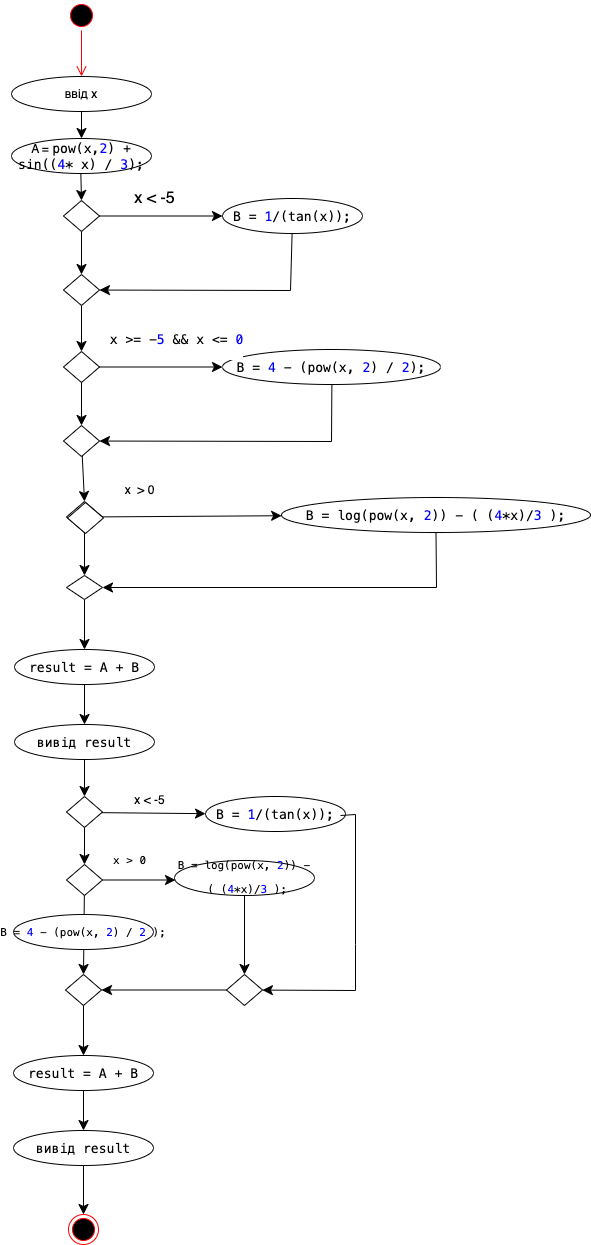
This is umlab3_1.png from nulpTaras/FlowChartsUml, a draw.io export, as it was before one commit. Source tidied: cells renumbered, new cells last; positions are measured from the earlier drawing's top-left corner, leaving out a move shared by most shapes.
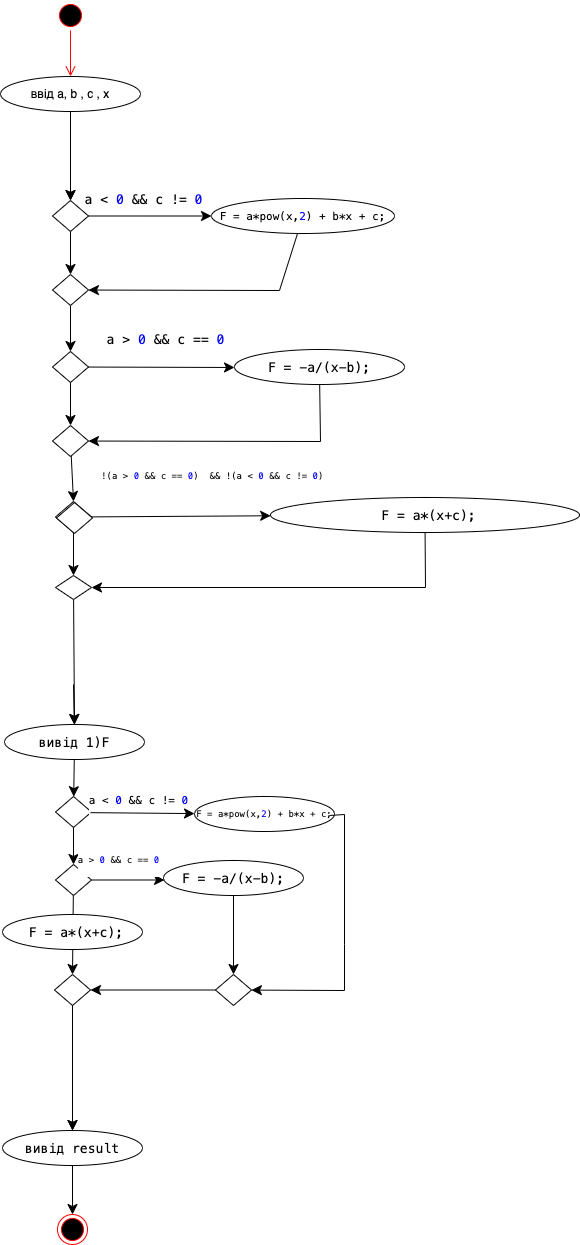
Later version of the same file.

Commit message:
in umllab3_1 now second version

Change to the diagram source:
```diff
@@ -10,6 +10,6 @@
     </mxCell>
-    <mxCell id="4" style="edgeStyle=none;curved=1;rounded=0;jettySize=auto;html=1;fontSize=12;startSize=8;endSize=8;" parent="1" edge="1" source="5" target="7">
+    <mxCell id="4" style="edgeStyle=none;curved=1;rounded=0;jettySize=auto;html=1;fontSize=12;startSize=8;endSize=8;entryX=0.5;entryY=0;entryDx=0;entryDy=0;" parent="1" edge="1" source="5" target="9">
       <mxGeometry relative="1" as="geometry" />
     </mxCell>
-    <mxCell id="5" value="ввід x" style="ellipse;whiteSpace=wrap;html=1;" parent="1" vertex="1">
+    <mxCell id="5" value="ввід a, b , c , x" style="ellipse;whiteSpace=wrap;html=1;" parent="1" vertex="1">
       <mxGeometry y="76" width="140" height="35" as="geometry" />
@@ -21,7 +21,6 @@
     </mxCell>
-    <mxCell id="7" value="A =&amp;nbsp;&lt;span style=&quot;font-family: &amp;quot;JetBrains Mono&amp;quot;, monospace; font-size: 9.8pt; background-color: initial;&quot;&gt;pow(x,&lt;/span&gt;&lt;span style=&quot;font-family: &amp;quot;JetBrains Mono&amp;quot;, monospace; font-size: 9.8pt; background-color: initial; color: rgb(0, 0, 255);&quot;&gt;2&lt;/span&gt;&lt;span style=&quot;font-family: &amp;quot;JetBrains Mono&amp;quot;, monospace; font-size: 9.8pt; background-color: initial;&quot;&gt;) + sin((&lt;/span&gt;&lt;span style=&quot;font-family: &amp;quot;JetBrains Mono&amp;quot;, monospace; font-size: 9.8pt; background-color: initial; color: rgb(0, 0, 255);&quot;&gt;4&lt;/span&gt;&lt;span style=&quot;font-family: &amp;quot;JetBrains Mono&amp;quot;, monospace; font-size: 9.8pt; background-color: initial;&quot;&gt;* x) / &lt;/span&gt;&lt;span style=&quot;font-family: &amp;quot;JetBrains Mono&amp;quot;, monospace; font-size: 9.8pt; background-color: initial; color: rgb(0, 0, 255);&quot;&gt;3&lt;/span&gt;&lt;span style=&quot;font-family: &amp;quot;JetBrains Mono&amp;quot;, monospace; font-size: 9.8pt; background-color: initial;&quot;&gt;);&lt;/span&gt;" style="ellipse;whiteSpace=wrap;html=1;" parent="1" vertex="1">
-      <mxGeometry y="138" width="140" height="35" as="geometry" />
-    </mxCell>
-    <mxCell id="8" style="edgeStyle=none;curved=1;rounded=0;jettySize=auto;html=1;fontSize=12;startSize=8;endSize=8;" parent="1" edge="1" source="7" target="9">
-      <mxGeometry relative="1" as="geometry" />
+    <mxCell id="8" style="edgeStyle=none;curved=1;rounded=0;jettySize=auto;html=1;fontSize=12;startSize=8;endSize=8;" parent="1" edge="1" target="9">
+      <mxGeometry relative="1" as="geometry">
+        <mxPoint x="70" y="173" as="sourcePoint" />
+      </mxGeometry>
     </mxCell>
@@ -30,4 +29,4 @@
     </mxCell>
-    <mxCell id="10" value="x &amp;lt; -5" style="text;html=1;align=center;verticalAlign=middle;strokeColor=none;fillColor=none;fontSize=16;" parent="1" vertex="1">
-      <mxGeometry x="113.5" y="182.5" width="58" height="31" as="geometry" />
+    <mxCell id="10" value="&lt;div&gt;&lt;pre style=&quot;font-family:'JetBrains Mono',monospace;font-size:9.8pt;&quot;&gt;a &amp;lt; &lt;span style=&quot;color:#0000ff;&quot;&gt;0 &lt;/span&gt;&amp;amp;&amp;amp; c != &lt;span style=&quot;color:#0000ff;&quot;&gt;0&lt;/span&gt;&lt;/pre&gt;&lt;/div&gt;" style="text;html=1;align=center;verticalAlign=middle;strokeColor=none;fillColor=none;fontSize=16;" parent="1" vertex="1">
+      <mxGeometry x="72.5" y="168.5" width="140" height="60" as="geometry" />
     </mxCell>
@@ -36,4 +35,4 @@
     </mxCell>
-    <mxCell id="12" value="&lt;div&gt;&lt;pre style=&quot;font-family:'JetBrains Mono',monospace;font-size:9.8pt;&quot;&gt;B = &lt;span style=&quot;color:#0000ff;&quot;&gt;1&lt;/span&gt;/(tan(x));&lt;/pre&gt;&lt;/div&gt;" style="ellipse;whiteSpace=wrap;html=1;" parent="1" vertex="1">
-      <mxGeometry x="211" y="198" width="140" height="35" as="geometry" />
+    <mxCell id="12" value="&lt;pre style=&quot;font-family:'JetBrains Mono',monospace;font-size:9.8pt;&quot;&gt;&lt;div style=&quot;font-size: 11px;&quot;&gt;&lt;pre style=&quot;font-family: &amp;quot;JetBrains Mono&amp;quot;, monospace;&quot;&gt;F = a*pow(x,&lt;span style=&quot;color:#0000ff;&quot;&gt;2&lt;/span&gt;) + b*x + c;&lt;/pre&gt;&lt;/div&gt;&lt;/pre&gt;" style="ellipse;whiteSpace=wrap;html=1;" parent="1" vertex="1">
+      <mxGeometry x="211" y="198" width="183" height="35" as="geometry" />
     </mxCell>
@@ -66,4 +65,4 @@
     </mxCell>
-    <mxCell id="20" value="&lt;div&gt;&lt;pre style=&quot;font-family:'JetBrains Mono',monospace;font-size:9.8pt;&quot;&gt;B = &lt;span style=&quot;color:#0000ff;&quot;&gt;4 &lt;/span&gt;- (pow(x, &lt;span style=&quot;color:#0000ff;&quot;&gt;2&lt;/span&gt;) / &lt;span style=&quot;color:#0000ff;&quot;&gt;2&lt;/span&gt;);&lt;/pre&gt;&lt;/div&gt;" style="ellipse;whiteSpace=wrap;html=1;" parent="1" vertex="1">
-      <mxGeometry x="211" y="349" width="218" height="35" as="geometry" />
+    <mxCell id="20" value="&lt;pre style=&quot;font-family:'JetBrains Mono',monospace;font-size:9.8pt;&quot;&gt;&lt;div&gt;&lt;pre style=&quot;font-family:'JetBrains Mono',monospace;font-size:9.8pt;&quot;&gt;F = -a/(x-b);&lt;/pre&gt;&lt;/div&gt;&lt;/pre&gt;" style="ellipse;whiteSpace=wrap;html=1;" parent="1" vertex="1">
+      <mxGeometry x="234" y="349" width="170" height="35" as="geometry" />
     </mxCell>
@@ -85,4 +84,4 @@
     </mxCell>
-    <mxCell id="25" value="&lt;div&gt;&lt;pre style=&quot;font-family:'JetBrains Mono',monospace;font-size:9.8pt;&quot;&gt;x &amp;gt;= -&lt;span style=&quot;color:#0000ff;&quot;&gt;5 &lt;/span&gt;&amp;amp;&amp;amp; x &amp;lt;= &lt;span style=&quot;color:#0000ff;&quot;&gt;0&lt;/span&gt;&lt;/pre&gt;&lt;/div&gt;" style="text;html=1;align=center;verticalAlign=middle;strokeColor=none;fillColor=none;fontSize=12;fontFamily=Helvetica;fontColor=default;labelBackgroundColor=default;" parent="1" vertex="1">
-      <mxGeometry x="90" y="301" width="150" height="75" as="geometry" />
+    <mxCell id="25" value="&lt;pre style=&quot;font-family:'JetBrains Mono',monospace;font-size:9.8pt;&quot;&gt;&lt;div&gt;&lt;pre style=&quot;font-family:'JetBrains Mono',monospace;font-size:9.8pt;&quot;&gt;a &amp;gt; &lt;span style=&quot;color:#0000ff;&quot;&gt;0 &lt;/span&gt;&amp;amp;&amp;amp; c == &lt;span style=&quot;color:#0000ff;&quot;&gt;0&lt;/span&gt;&lt;/pre&gt;&lt;/div&gt;&lt;/pre&gt;" style="text;html=1;align=center;verticalAlign=middle;strokeColor=none;fillColor=none;fontSize=12;fontFamily=Helvetica;fontColor=default;labelBackgroundColor=default;" parent="1" vertex="1">
+      <mxGeometry x="95" y="309" width="140" height="60" as="geometry" />
     </mxCell>
@@ -109,4 +108,6 @@
     </mxCell>
-    <mxCell id="31" style="edgeStyle=none;shape=connector;curved=0;rounded=0;jettySize=auto;html=1;entryX=0.5;entryY=0;entryDx=0;entryDy=0;strokeColor=default;align=center;verticalAlign=middle;fontFamily=Helvetica;fontSize=12;fontColor=default;labelBackgroundColor=default;startSize=8;endArrow=classic;endSize=8;" parent="1" edge="1" source="32" target="36">
-      <mxGeometry relative="1" as="geometry" />
+    <mxCell id="31" style="edgeStyle=none;shape=connector;curved=0;rounded=0;jettySize=auto;html=1;strokeColor=default;align=center;verticalAlign=middle;fontFamily=Helvetica;fontSize=12;fontColor=default;labelBackgroundColor=default;startSize=8;endArrow=classic;endSize=8;" parent="1" edge="1" source="32">
+      <mxGeometry relative="1" as="geometry">
+        <mxPoint x="74" y="724" as="targetPoint" />
+      </mxGeometry>
     </mxCell>
@@ -115,14 +116,13 @@
     </mxCell>
-    <mxCell id="33" value="&lt;pre style=&quot;font-family:'JetBrains Mono',monospace;font-size:9.8pt;&quot;&gt;&lt;div&gt;&lt;pre style=&quot;font-family:'JetBrains Mono',monospace;font-size:9.8pt;&quot;&gt;B = log(pow(x, &lt;span style=&quot;color:#0000ff;&quot;&gt;2&lt;/span&gt;)) - ( (&lt;span style=&quot;color:#0000ff;&quot;&gt;4&lt;/span&gt;*x)/&lt;span style=&quot;color:#0000ff;&quot;&gt;3 &lt;/span&gt;);&lt;/pre&gt;&lt;/div&gt;&lt;/pre&gt;" style="ellipse;whiteSpace=wrap;html=1;" parent="1" vertex="1">
+    <mxCell id="33" value="&lt;pre style=&quot;font-family:'JetBrains Mono',monospace;font-size:9.8pt;&quot;&gt;&lt;pre style=&quot;font-family:'JetBrains Mono',monospace;font-size:9.8pt;&quot;&gt;&lt;div&gt;&lt;pre style=&quot;font-family:'JetBrains Mono',monospace;font-size:9.8pt;&quot;&gt; F = a*(x+c);&lt;/pre&gt;&lt;/div&gt;&lt;/pre&gt;&lt;/pre&gt;" style="ellipse;whiteSpace=wrap;html=1;" parent="1" vertex="1">
       <mxGeometry x="270" y="497" width="309" height="35" as="geometry" />
     </mxCell>
-    <mxCell id="34" value="x&amp;nbsp; &amp;gt; 0" style="text;html=1;align=center;verticalAlign=middle;strokeColor=none;fillColor=none;fontSize=12;fontFamily=Helvetica;fontColor=default;labelBackgroundColor=default;" parent="1" vertex="1">
-      <mxGeometry x="103" y="477" width="50" height="25" as="geometry" />
+    <mxCell id="34" value="&lt;div style=&quot;font-size: 9px;&quot;&gt;&lt;pre style=&quot;font-family: &amp;quot;JetBrains Mono&amp;quot;, monospace;&quot;&gt; !(a &amp;gt; &lt;span style=&quot;color:#0000ff;&quot;&gt;0 &lt;/span&gt;&amp;amp;&amp;amp; c == &lt;span style=&quot;color:#0000ff;&quot;&gt;0&lt;/span&gt;)  &amp;amp;&amp;amp; !(a &amp;lt; &lt;span style=&quot;color:#0000ff;&quot;&gt;0 &lt;/span&gt;&amp;amp;&amp;amp; c != &lt;span style=&quot;color:#0000ff;&quot;&gt;0&lt;/span&gt;)&lt;/pre&gt;&lt;/div&gt;" style="text;html=1;align=center;verticalAlign=middle;strokeColor=none;fillColor=none;fontSize=12;fontFamily=Helvetica;fontColor=default;labelBackgroundColor=default;" parent="1" vertex="1">
+      <mxGeometry x="84" y="456" width="250" height="40" as="geometry" />
     </mxCell>
-    <mxCell id="35" style="edgeStyle=none;shape=connector;curved=0;rounded=0;jettySize=auto;html=1;strokeColor=default;align=center;verticalAlign=middle;fontFamily=Helvetica;fontSize=12;fontColor=default;labelBackgroundColor=default;startSize=8;endArrow=classic;endSize=8;" parent="1" edge="1" source="36" target="38">
-      <mxGeometry relative="1" as="geometry" />
+    <mxCell id="35" style="edgeStyle=none;shape=connector;curved=0;rounded=0;jettySize=auto;html=1;strokeColor=default;align=center;verticalAlign=middle;fontFamily=Helvetica;fontSize=12;fontColor=default;labelBackgroundColor=default;startSize=8;endArrow=classic;endSize=8;" parent="1" edge="1" target="38">
+      <mxGeometry relative="1" as="geometry">
+        <mxPoint x="73" y="684" as="sourcePoint" />
+      </mxGeometry>
     </mxCell>
-    <mxCell id="36" value="&lt;pre style=&quot;font-family:'JetBrains Mono',monospace;font-size:9.8pt;&quot;&gt;result = A + B&lt;/pre&gt;" style="ellipse;whiteSpace=wrap;html=1;" parent="1" vertex="1">
-      <mxGeometry x="3" y="649" width="140" height="35" as="geometry" />
-    </mxCell>
     <mxCell id="37" style="edgeStyle=none;shape=connector;curved=0;rounded=0;jettySize=auto;html=1;strokeColor=default;align=center;verticalAlign=middle;fontFamily=Helvetica;fontSize=12;fontColor=default;labelBackgroundColor=default;startSize=8;endArrow=classic;endSize=8;" parent="1" edge="1" source="38" target="42">
@@ -130,4 +130,4 @@
     </mxCell>
-    <mxCell id="38" value="&lt;pre style=&quot;font-family:'JetBrains Mono',monospace;font-size:9.8pt;&quot;&gt;вивід result&lt;/pre&gt;" style="ellipse;whiteSpace=wrap;html=1;" parent="1" vertex="1">
-      <mxGeometry x="3" y="724" width="140" height="35" as="geometry" />
+    <mxCell id="38" value="&lt;pre style=&quot;font-family:'JetBrains Mono',monospace;font-size:9.8pt;&quot;&gt;вивід 1)F&lt;/pre&gt;" style="ellipse;whiteSpace=wrap;html=1;" parent="1" vertex="1">
+      <mxGeometry x="4" y="724" width="140" height="35" as="geometry" />
     </mxCell>
@@ -147,4 +147,4 @@
     </mxCell>
-    <mxCell id="43" value="x &amp;lt; -5" style="text;html=1;align=center;verticalAlign=middle;strokeColor=none;fillColor=none;fontSize=12;fontFamily=Helvetica;fontColor=default;labelBackgroundColor=default;" parent="1" vertex="1">
-      <mxGeometry x="113" y="785" width="50" height="30" as="geometry" />
+    <mxCell id="43" value="&lt;div style=&quot;font-size: 11px;&quot;&gt;&lt;pre style=&quot;font-family: &amp;quot;JetBrains Mono&amp;quot;, monospace;&quot;&gt;a &amp;lt; &lt;span style=&quot;color:#0000ff;&quot;&gt;0 &lt;/span&gt;&amp;amp;&amp;amp; c != &lt;span style=&quot;color:#0000ff;&quot;&gt;0&lt;/span&gt;&lt;/pre&gt;&lt;/div&gt;" style="text;html=1;align=center;verticalAlign=middle;strokeColor=none;fillColor=none;fontSize=12;fontFamily=Helvetica;fontColor=default;labelBackgroundColor=default;" parent="1" vertex="1">
+      <mxGeometry x="78" y="775" width="120" height="50" as="geometry" />
     </mxCell>
@@ -155,3 +155,3 @@
     </mxCell>
-    <mxCell id="45" value="&lt;pre style=&quot;font-family:'JetBrains Mono',monospace;font-size:9.8pt;&quot;&gt;&lt;div&gt;&lt;pre style=&quot;font-family:'JetBrains Mono',monospace;font-size:9.8pt;&quot;&gt;B = &lt;span style=&quot;color:#0000ff;&quot;&gt;1&lt;/span&gt;/(tan(x));&lt;/pre&gt;&lt;/div&gt;&lt;/pre&gt;" style="ellipse;whiteSpace=wrap;html=1;" parent="1" vertex="1">
+    <mxCell id="45" value="&lt;pre style=&quot;font-family:'JetBrains Mono',monospace;font-size:9.8pt;&quot;&gt;&lt;pre style=&quot;font-family:'JetBrains Mono',monospace;font-size:9.8pt;&quot;&gt;&lt;div style=&quot;font-size: 9px;&quot;&gt;&lt;pre style=&quot;font-family: &amp;quot;JetBrains Mono&amp;quot;, monospace;&quot;&gt;F = a*pow(x,&lt;span style=&quot;color:#0000ff;&quot;&gt;2&lt;/span&gt;) + b*x + c;&lt;/pre&gt;&lt;/div&gt;&lt;/pre&gt;&lt;/pre&gt;" style="ellipse;whiteSpace=wrap;html=1;" parent="1" vertex="1">
       <mxGeometry x="194" y="796" width="140" height="35" as="geometry" />
@@ -174,6 +174,6 @@
     </mxCell>
-    <mxCell id="50" value="&lt;pre style=&quot;font-family: &amp;quot;JetBrains Mono&amp;quot;, monospace; font-size: 11px;&quot;&gt;x &amp;gt; 0&lt;/pre&gt;" style="text;html=1;align=center;verticalAlign=middle;strokeColor=none;fillColor=none;fontSize=12;fontFamily=Helvetica;fontColor=default;labelBackgroundColor=default;" parent="1" vertex="1">
-      <mxGeometry x="88" y="835" width="60" height="50" as="geometry" />
+    <mxCell id="50" value="&lt;pre style=&quot;font-family: &amp;quot;JetBrains Mono&amp;quot;, monospace; font-size: 11px;&quot;&gt;&lt;div style=&quot;font-size: 9px;&quot;&gt;&lt;pre style=&quot;font-family: &amp;quot;JetBrains Mono&amp;quot;, monospace;&quot;&gt;a &amp;gt; &lt;span style=&quot;color:#0000ff;&quot;&gt;0 &lt;/span&gt;&amp;amp;&amp;amp; c == &lt;span style=&quot;color:#0000ff;&quot;&gt;0&lt;/span&gt;&lt;/pre&gt;&lt;/div&gt;&lt;/pre&gt;" style="text;html=1;align=center;verticalAlign=middle;strokeColor=none;fillColor=none;fontSize=12;fontFamily=Helvetica;fontColor=default;labelBackgroundColor=default;" parent="1" vertex="1">
+      <mxGeometry x="68" y="835" width="100" height="50" as="geometry" />
     </mxCell>
-    <mxCell id="51" value="&lt;pre style=&quot;font-family:'JetBrains Mono',monospace;font-size:9.8pt;&quot;&gt;&lt;pre style=&quot;font-family:'JetBrains Mono',monospace;font-size:9.8pt;&quot;&gt;&lt;div style=&quot;font-size: 11px;&quot;&gt;&lt;pre style=&quot;font-family: &amp;quot;JetBrains Mono&amp;quot;, monospace;&quot;&gt;B = log(pow(x, &lt;span style=&quot;color:#0000ff;&quot;&gt;2&lt;/span&gt;)) -&lt;/pre&gt;&lt;pre style=&quot;font-family: &amp;quot;JetBrains Mono&amp;quot;, monospace;&quot;&gt; ( (&lt;span style=&quot;color:#0000ff;&quot;&gt;4&lt;/span&gt;*x)/&lt;span style=&quot;color:#0000ff;&quot;&gt;3 &lt;/span&gt;);&lt;/pre&gt;&lt;/div&gt;&lt;/pre&gt;&lt;/pre&gt;" style="ellipse;whiteSpace=wrap;html=1;" parent="1" vertex="1">
+    <mxCell id="51" value="&lt;pre style=&quot;font-family:'JetBrains Mono',monospace;font-size:9.8pt;&quot;&gt;&lt;pre style=&quot;font-family:'JetBrains Mono',monospace;font-size:9.8pt;&quot;&gt;&lt;div style=&quot;font-size: 11px;&quot;&gt;&lt;pre style=&quot;font-family: &amp;quot;JetBrains Mono&amp;quot;, monospace;&quot;&gt;&lt;div&gt;&lt;pre style=&quot;font-family:'JetBrains Mono',monospace;font-size:9.8pt;&quot;&gt;F = -a/(x-b);&lt;/pre&gt;&lt;/div&gt;&lt;/pre&gt;&lt;/div&gt;&lt;/pre&gt;&lt;/pre&gt;" style="ellipse;whiteSpace=wrap;html=1;" parent="1" vertex="1">
       <mxGeometry x="163" y="860" width="140" height="35" as="geometry" />
@@ -202,9 +202,11 @@
     </mxCell>
-    <mxCell id="57" value="&lt;pre style=&quot;font-family:'JetBrains Mono',monospace;font-size:9.8pt;&quot;&gt;&lt;div style=&quot;font-size: 11px;&quot;&gt;&lt;pre style=&quot;font-family: &amp;quot;JetBrains Mono&amp;quot;, monospace;&quot;&gt;B = &lt;span style=&quot;color:#0000ff;&quot;&gt;4 &lt;/span&gt;- (pow(x, &lt;span style=&quot;color:#0000ff;&quot;&gt;2&lt;/span&gt;) / &lt;span style=&quot;color:#0000ff;&quot;&gt;2 &lt;/span&gt;);&lt;/pre&gt;&lt;/div&gt;&lt;/pre&gt;" style="ellipse;whiteSpace=wrap;html=1;" parent="1" vertex="1">
+    <mxCell id="57" value="&lt;pre style=&quot;font-family:'JetBrains Mono',monospace;font-size:9.8pt;&quot;&gt;&lt;div style=&quot;font-size: 11px;&quot;&gt;&lt;pre style=&quot;font-family: &amp;quot;JetBrains Mono&amp;quot;, monospace;&quot;&gt;&lt;div&gt;&lt;pre style=&quot;font-family:'JetBrains Mono',monospace;font-size:9.8pt;&quot;&gt; F = a*(x+c);&lt;/pre&gt;&lt;/div&gt;&lt;/pre&gt;&lt;/div&gt;&lt;/pre&gt;" style="ellipse;whiteSpace=wrap;html=1;" parent="1" vertex="1">
       <mxGeometry x="2" y="914" width="140" height="35" as="geometry" />
     </mxCell>
-    <mxCell id="58" style="edgeStyle=none;shape=connector;curved=0;rounded=0;jettySize=auto;html=1;strokeColor=default;align=center;verticalAlign=middle;fontFamily=Helvetica;fontSize=12;fontColor=default;labelBackgroundColor=default;startSize=8;endArrow=classic;endSize=8;" parent="1" edge="1" source="60" target="62">
-      <mxGeometry relative="1" as="geometry" />
+    <mxCell id="58" style="edgeStyle=none;shape=connector;curved=0;rounded=0;jettySize=auto;html=1;strokeColor=default;align=center;verticalAlign=middle;fontFamily=Helvetica;fontSize=12;fontColor=default;labelBackgroundColor=default;startSize=8;endArrow=classic;endSize=8;" parent="1" edge="1" target="62">
+      <mxGeometry relative="1" as="geometry">
+        <mxPoint x="72" y="1090" as="sourcePoint" />
+      </mxGeometry>
     </mxCell>
-    <mxCell id="59" style="edgeStyle=none;shape=connector;curved=0;rounded=0;jettySize=auto;html=1;entryX=0.5;entryY=0;entryDx=0;entryDy=0;strokeColor=default;align=center;verticalAlign=middle;fontFamily=Helvetica;fontSize=12;fontColor=default;labelBackgroundColor=default;startSize=8;endArrow=classic;endSize=8;" parent="1" edge="1" target="60">
+    <mxCell id="59" style="edgeStyle=none;shape=connector;curved=0;rounded=0;jettySize=auto;html=1;entryX=0.5;entryY=0;entryDx=0;entryDy=0;strokeColor=default;align=center;verticalAlign=middle;fontFamily=Helvetica;fontSize=12;fontColor=default;labelBackgroundColor=default;startSize=8;endArrow=classic;endSize=8;" parent="1" edge="1" target="62">
       <mxGeometry relative="1" as="geometry">
@@ -213,5 +215,2 @@
     </mxCell>
-    <mxCell id="60" value="&lt;pre style=&quot;font-family:'JetBrains Mono',monospace;font-size:9.8pt;&quot;&gt;result = A + B&lt;/pre&gt;" style="ellipse;whiteSpace=wrap;html=1;" parent="1" vertex="1">
-      <mxGeometry x="2" y="1055" width="140" height="35" as="geometry" />
-    </mxCell>
     <mxCell id="61" style="edgeStyle=none;shape=connector;curved=0;rounded=0;jettySize=auto;html=1;entryX=0.5;entryY=0;entryDx=0;entryDy=0;strokeColor=default;align=center;verticalAlign=middle;fontFamily=Helvetica;fontSize=12;fontColor=default;labelBackgroundColor=default;startSize=8;endArrow=classic;endSize=8;" parent="1" edge="1" source="62" target="63">
```
